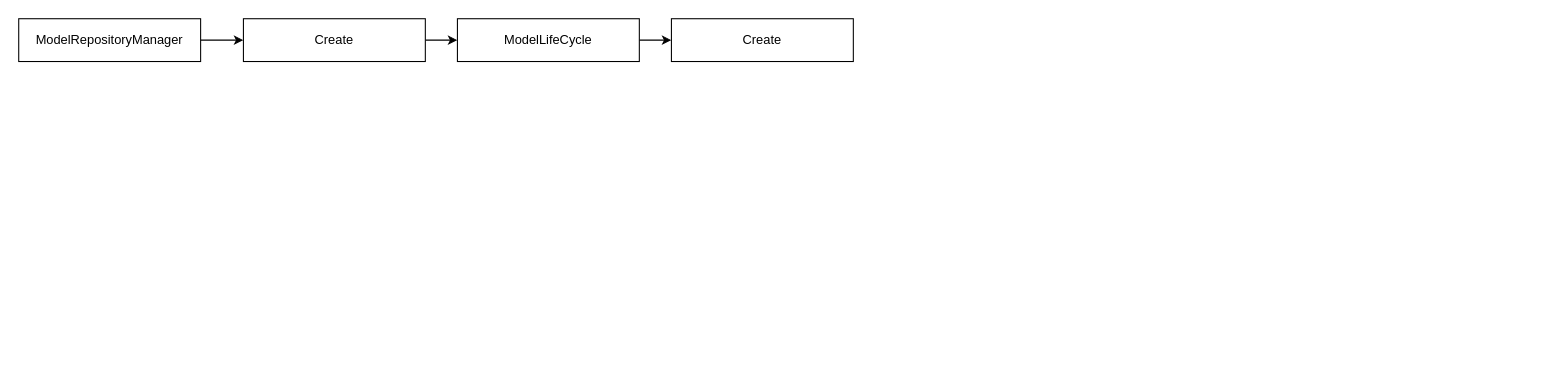
The draw.io diagram ModelRepositoryManager.drawio in xiazi-yu/triton-server-read, before the edit. Source tidied: cells renumbered, new cells numbered last; positions are measured from the earlier drawing's top-left corner, leaving out a move shared by most shapes. Both pictures are drawn from the tidied source at 107%, with x=0, y=0 at pixel (18, 18).
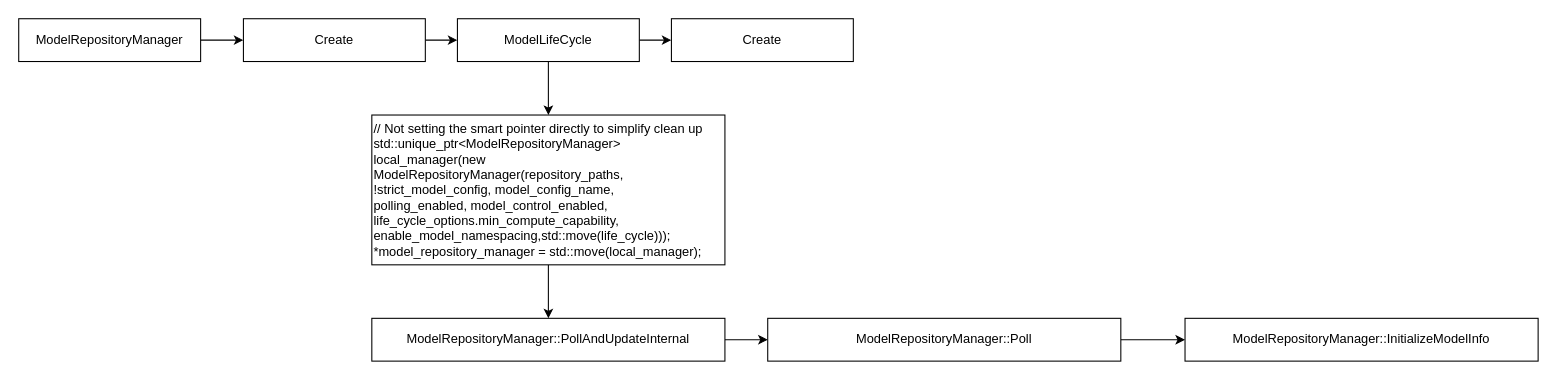
The same diagram, later.

Diff of the diagram source:
```diff
@@
 <mxGraphModel>
   <root>
     <mxCell id="0" />
     <mxCell id="1" parent="0" />
     <mxCell id="2" style="edgeStyle=orthogonalEdgeStyle;rounded=0;jettySize=auto;html=1;" parent="1" edge="1" source="3" target="5">
       <mxGeometry relative="1" as="geometry" />
     </mxCell>
     <mxCell id="3" value="&lt;div class=&quot;lake-content&quot;&gt;&lt;span style=&quot;color: var(--md-editor-text-color-active)&quot; class=&quot;ne-text&quot;&gt;ModelRepositoryManager&lt;/span&gt;&lt;/div&gt;" style="rounded=0;whiteSpace=wrap;html=1;" parent="1" vertex="1">
       <mxGeometry width="170" height="40" as="geometry" />
     </mxCell>
     <mxCell id="4" style="edgeStyle=orthogonalEdgeStyle;rounded=0;jettySize=auto;html=1;" parent="1" edge="1" source="5" target="7">
       <mxGeometry relative="1" as="geometry" />
     </mxCell>
     <mxCell id="5" value="&lt;div class=&quot;lake-content&quot;&gt;&lt;span style=&quot;color: var(--md-editor-text-color-active)&quot; class=&quot;ne-text&quot;&gt;Create&lt;/span&gt;&lt;/div&gt;" style="rounded=0;whiteSpace=wrap;html=1;" parent="1" vertex="1">
       <mxGeometry x="210" width="170" height="40" as="geometry" />
     </mxCell>
     <mxCell id="6" style="edgeStyle=orthogonalEdgeStyle;rounded=0;jettySize=auto;html=1;" parent="1" edge="1" source="7" target="8">
       <mxGeometry relative="1" as="geometry" />
     </mxCell>
+    <mxCell id="9" style="edgeStyle=orthogonalEdgeStyle;rounded=0;jettySize=auto;html=1;" parent="1" edge="1" source="7" target="13">
+      <mxGeometry relative="1" as="geometry" />
+    </mxCell>
     <mxCell id="7" value="&lt;div class=&quot;lake-content&quot;&gt;&lt;span style=&quot;color: var(--md-editor-text-color-active)&quot; class=&quot;ne-text&quot;&gt;ModelLifeCycle&lt;/span&gt;&lt;/div&gt;" style="rounded=0;whiteSpace=wrap;html=1;" parent="1" vertex="1">
       <mxGeometry x="410" width="170" height="40" as="geometry" />
     </mxCell>
     <mxCell id="8" value="&lt;div class=&quot;lake-content&quot;&gt;Create&lt;/div&gt;" style="rounded=0;whiteSpace=wrap;html=1;" parent="1" vertex="1">
       <mxGeometry x="610" width="170" height="40" as="geometry" />
     </mxCell>
+    <mxCell id="10" style="edgeStyle=orthogonalEdgeStyle;rounded=0;jettySize=auto;html=1;" parent="1" edge="1" source="11" target="15">
+      <mxGeometry relative="1" as="geometry" />
+    </mxCell>
+    <mxCell id="11" value="&lt;div class=&quot;lake-content&quot;&gt;&lt;div class=&quot;lake-content&quot;&gt;&lt;span class=&quot;ne-text&quot;&gt;&lt;span style=&quot;background-color: transparent; color: light-dark(rgb(0, 0, 0), rgb(255, 255, 255));&quot;&gt;ModelRepositoryManager::&lt;/span&gt;PollAndUpdateInternal&lt;/span&gt;&lt;/div&gt;&lt;/div&gt;" style="rounded=0;whiteSpace=wrap;html=1;" parent="1" vertex="1">
+      <mxGeometry x="330" y="280" width="330" height="40" as="geometry" />
+    </mxCell>
+    <mxCell id="12" style="edgeStyle=orthogonalEdgeStyle;rounded=0;jettySize=auto;html=1;" parent="1" edge="1" source="13" target="11">
+      <mxGeometry relative="1" as="geometry" />
+    </mxCell>
+    <mxCell id="13" value="&lt;div class=&quot;lake-content&quot;&gt;&lt;div class=&quot;lake-content&quot;&gt;// Not setting the smart pointer directly to simplify clean up&lt;/div&gt;&lt;div class=&quot;lake-content&quot;&gt;std::unique_ptr&amp;lt;ModelRepositoryManager&amp;gt; local_manager(&lt;span style=&quot;background-color: transparent; color: light-dark(rgb(0, 0, 0), rgb(255, 255, 255));&quot;&gt;new ModelRepositoryManager(&lt;/span&gt;&lt;span style=&quot;background-color: transparent; color: light-dark(rgb(0, 0, 0), rgb(255, 255, 255));&quot;&gt;repository_paths, !strict_model_config, model_config_name,&lt;/span&gt;&lt;/div&gt;&lt;div class=&quot;lake-content&quot;&gt;polling_enabled, model_control_enabled,&lt;/div&gt;&lt;div class=&quot;lake-content&quot;&gt;life_cycle_options.min_compute_capability, enable_model_namespacing,&lt;span style=&quot;background-color: transparent; color: light-dark(rgb(0, 0, 0), rgb(255, 255, 255));&quot;&gt;std::move(life_cycle)));&lt;/span&gt;&lt;/div&gt;&lt;div class=&quot;lake-content&quot;&gt;*model_repository_manager = std::move(local_manager);&lt;/div&gt;&lt;/div&gt;" style="rounded=0;whiteSpace=wrap;html=1;align=left;" parent="1" vertex="1">
+      <mxGeometry x="330" y="90" width="330" height="140" as="geometry" />
+    </mxCell>
+    <mxCell id="14" style="edgeStyle=orthogonalEdgeStyle;rounded=0;jettySize=auto;html=1;" parent="1" edge="1" source="15" target="16">
+      <mxGeometry relative="1" as="geometry" />
+    </mxCell>
+    <mxCell id="15" value="&lt;div class=&quot;lake-content&quot;&gt;&lt;div class=&quot;lake-content&quot;&gt;&lt;span class=&quot;ne-text&quot;&gt;&lt;span style=&quot;background-color: transparent; color: light-dark(rgb(0, 0, 0), rgb(255, 255, 255));&quot;&gt;ModelRepositoryManager::&lt;/span&gt;Poll&lt;/span&gt;&lt;/div&gt;&lt;/div&gt;" style="rounded=0;whiteSpace=wrap;html=1;" parent="1" vertex="1">
+      <mxGeometry x="700" y="280" width="330" height="40" as="geometry" />
+    </mxCell>
+    <mxCell id="16" value="&lt;div class=&quot;lake-content&quot;&gt;&lt;div class=&quot;lake-content&quot;&gt;&lt;span class=&quot;ne-text&quot;&gt;&lt;span style=&quot;background-color: transparent; color: light-dark(rgb(0, 0, 0), rgb(255, 255, 255));&quot;&gt;ModelRepositoryManager::&lt;/span&gt;InitializeModelInfo&lt;/span&gt;&lt;/div&gt;&lt;/div&gt;" style="rounded=0;whiteSpace=wrap;html=1;" parent="1" vertex="1">
+      <mxGeometry x="1090" y="280" width="330" height="40" as="geometry" />
+    </mxCell>
   </root>
 </mxGraphModel>
```
